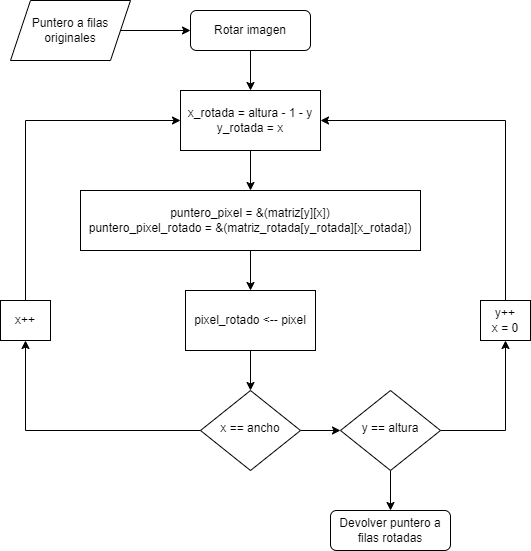
Earlier version of the draw.io export diagrama_algoritmo.png (crn15/ProyectoC). Source tidied: cells renumbered, new cells last; positions are measured from the earlier drawing's top-left corner, leaving out a move shared by most shapes.
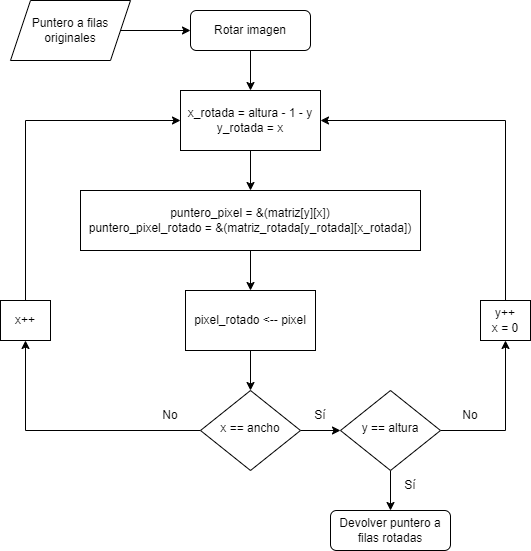
The same file after the commit.

Diff of the diagram source:
```diff
@@ -73,5 +73,17 @@
     <mxCell id="22" value="Puntero a filas originales" style="shape=parallelogram;perimeter=parallelogramPerimeter;whiteSpace=wrap;html=1;fixedSize=1;" parent="1" vertex="1">
       <mxGeometry x="10" width="120" height="60" as="geometry" />
     </mxCell>
+    <mxCell id="23" value="No" style="text;html=1;strokeColor=none;fillColor=none;align=center;verticalAlign=middle;whiteSpace=wrap;rounded=0;" parent="1" vertex="1">
+      <mxGeometry x="140" y="400" width="60" height="30" as="geometry" />
+    </mxCell>
+    <mxCell id="24" value="Sí" style="text;html=1;strokeColor=none;fillColor=none;align=center;verticalAlign=middle;whiteSpace=wrap;rounded=0;" parent="1" vertex="1">
+      <mxGeometry x="290" y="400" width="60" height="30" as="geometry" />
+    </mxCell>
+    <mxCell id="25" value="No" style="text;html=1;strokeColor=none;fillColor=none;align=center;verticalAlign=middle;whiteSpace=wrap;rounded=0;" parent="1" vertex="1">
+      <mxGeometry x="440" y="400" width="60" height="30" as="geometry" />
+    </mxCell>
+    <mxCell id="26" value="Sí" style="text;html=1;strokeColor=none;fillColor=none;align=center;verticalAlign=middle;whiteSpace=wrap;rounded=0;" parent="1" vertex="1">
+      <mxGeometry x="380" y="470" width="60" height="30" as="geometry" />
+    </mxCell>
   </root>
 </mxGraphModel>
```
